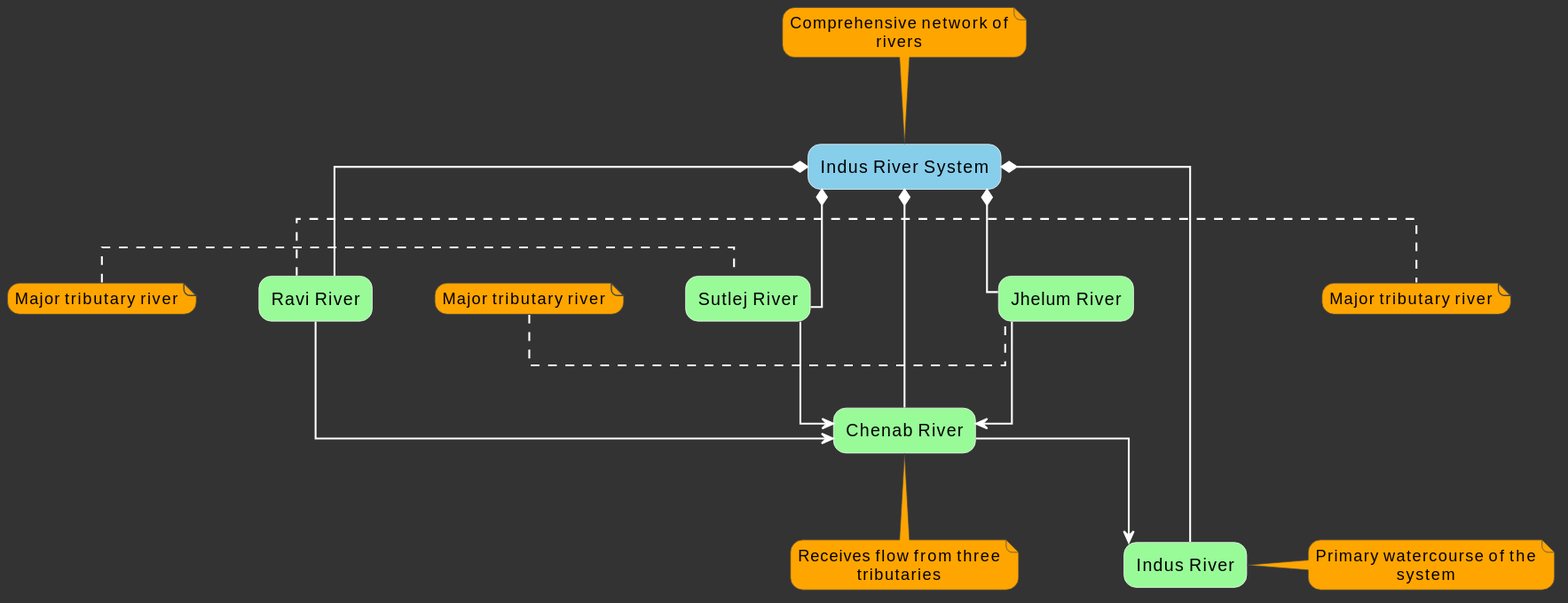
This is tele_3.svg from bolibazaar/upsc_sol_assets, a PlantUML export, as it was before one commit.
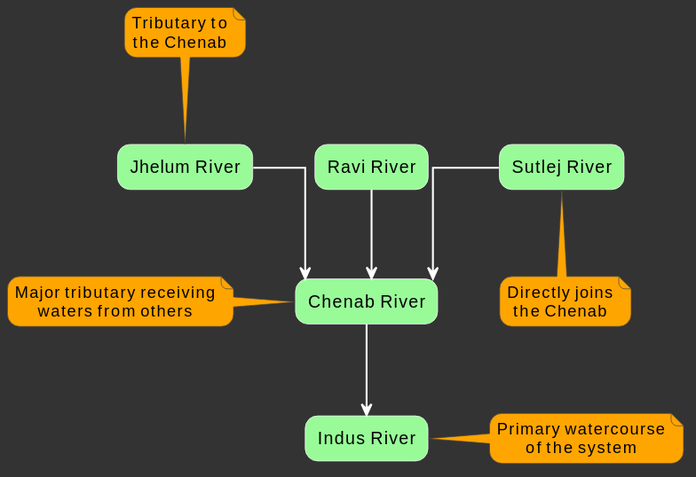
The same diagram one commit later.

Diff of the diagram source:
```diff
@@ -20,10 +20,9 @@
 skinparam rectangleFontColor black
 skinparam rectangleBorderColor white
 
-rectangle "Indus River System" #87CEEB
 rectangle "Indus River" #98FB98
+rectangle "Chenab River" #98FB98
 rectangle "Jhelum River" #98FB98
-rectangle "Chenab River" #98FB98
 rectangle "Ravi River" #98FB98
 rectangle "Sutlej River" #98FB98
 
@@ -32,33 +31,23 @@
 "Sutlej River" --> "Chenab River"
 "Chenab River" --> "Indus River"
 
-"Indus River System" *-- "Indus River"
-"Indus River System" *-- "Chenab River"
-"Indus River System" *-- "Jhelum River"
-"Indus River System" *-- "Ravi River"
-"Indus River System" *-- "Sutlej River"
-
-note top of "Indus River System"
-  Comprehensive network of rivers
+note right of "Indus River"
+  Primary watercourse
+  of the system
 end note
 
-note right of "Indus River"
-  Primary watercourse of the system
+note left of "Chenab River"
+  Major tributary receiving
+  waters from others
 end note
 
-note bottom of "Chenab River"
-  Receives flow from three tributaries
+note top of "Jhelum River"
+  Tributary to
+  the Chenab
 end note
 
-note left of "Jhelum River"
-  Major tributary river
-end note
-
-note right of "Ravi River"
-  Major tributary river
-end note
-
-note left of "Sutlej River"
-  Major tributary river
+note bottom of "Sutlej River"
+  Directly joins
+  the Chenab
 end note
 @enduml
```
